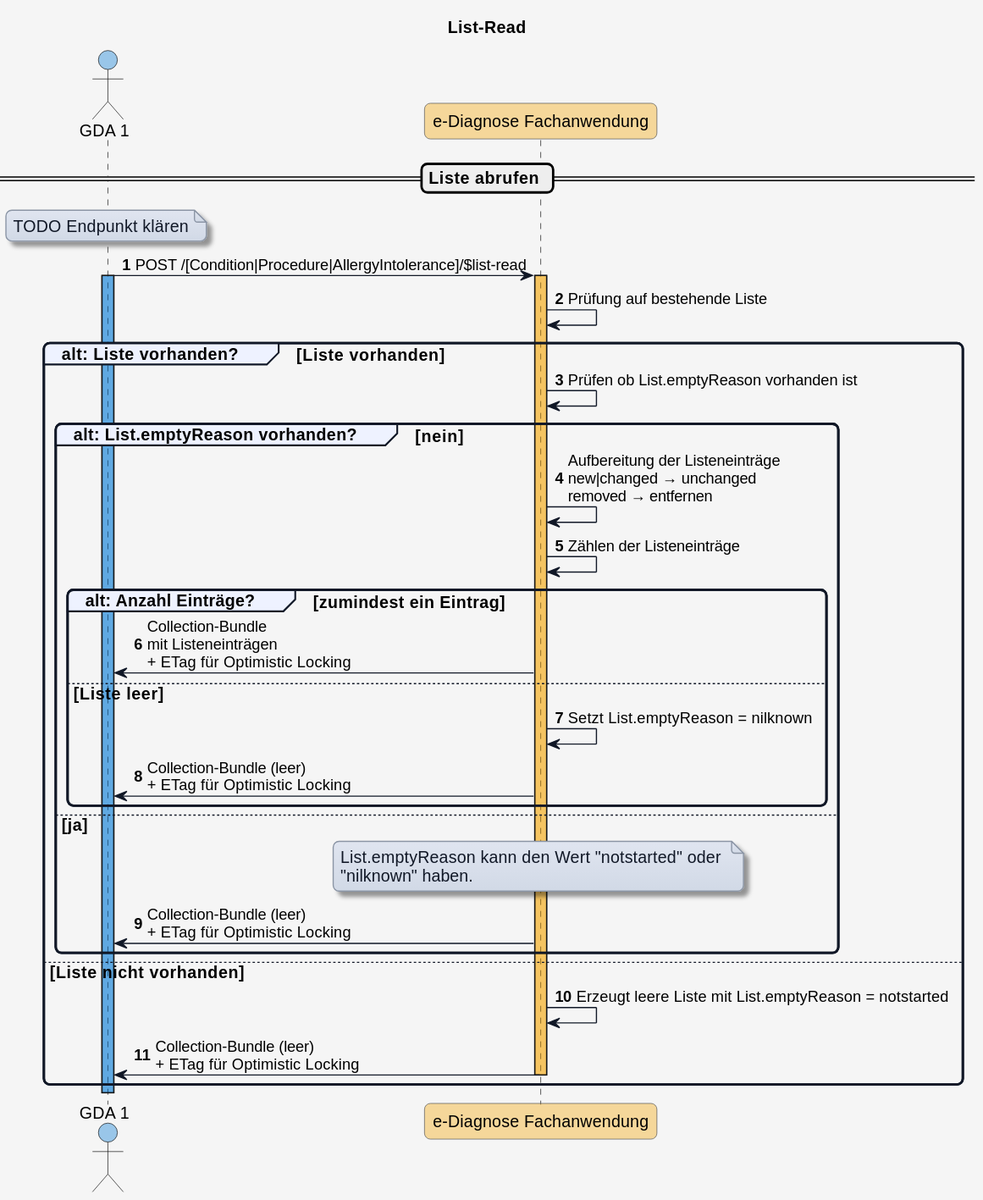
Above: input/images/plantuml/diagram_read.svg in HL7Austria/ELGA-e-Diagnose-R4 (PlantUML), before the change. Its diagram source:
```plantuml
@startuml
title List-Read

skinparam borderColor #000000
skinparam backgroundColor #f5f5f5
skinparam shadowing false
skinparam roundCorner 10
skinparam defaultFontName "Arial"
skinparam defaultFontSize 14
skinparam defaultFontColor #000000

skinparam note {
  BackgroundColor #e0e5f0-#d1d9e6
  BorderColor #8b95a5
  BorderThickness 1
  RoundCorner 8
  Padding 6
  FontColor #111827
  Shadowing true
}

skinparam HyperlinkColor #0000EE
skinparam HyperlinkUnderline false

skinparam sequence {
  ParticipantBorderColor #555555
  ParticipantBackgroundColor #ffffff
  ParticipantFontColor #000000
  ParticipantFontSize 14
  ParticipantPadding 20
  ArrowColor #111827
  ArrowThickness 1
  ArrowFontColor #000000
  ArrowFontSize 13
  GroupBorderColor #111827
  GroupBackgroundColor #eef2ff
  GroupBorderThickness 2
}

!define COLOR_GDA_1    #0078D460
!define COLOR_GDA_2    #8764B860
!define COLOR_PATIENT  #00950560
!define COLOR_APO      #00B7C360
!define COLOR_DIAG_FA  #f5a40360
!define COLOR_E_REZEPT #E7485660

!define COLOR_OK       #50E6FF25
!define COLOR_ERROR    #FF8C0035

actor GDA_1 as "GDA 1" COLOR_GDA_1
participant eDiag_FA as "e-Diagnose Fachanwendung" COLOR_DIAG_FA

autonumber

== Liste abrufen ==

note over GDA_1
  TODO Endpunkt klären
end note

GDA_1 -> eDiag_FA: POST /[Condition|Procedure|AllergyIntolerance]/$list-read
activate GDA_1 COLOR_GDA_1
activate eDiag_FA COLOR_DIAG_FA

eDiag_FA -> eDiag_FA: Prüfung auf bestehende Liste

group alt: Liste vorhanden? [Liste vorhanden]

  eDiag_FA -> eDiag_FA: Prüfen ob List.emptyReason vorhanden ist

  group alt: List.emptyReason vorhanden? [nein]

    eDiag_FA -> eDiag_FA: Aufbereitung der Listeneinträge\nnew|changed → unchanged\nremoved → entfernen
    eDiag_FA -> eDiag_FA: Zählen der Listeneinträge

    group alt: Anzahl Einträge? [zumindest ein Eintrag]

      eDiag_FA -> GDA_1: Collection-Bundle\nmit Listeneinträgen\n+ ETag für Optimistic Locking

    else Liste leer

      eDiag_FA -> eDiag_FA: Setzt List.emptyReason = nilknown
      eDiag_FA -> GDA_1: Collection-Bundle (leer)\n+ ETag für Optimistic Locking

    end

  else ja

    note over eDiag_FA
      List.emptyReason kann den Wert "notstarted" oder
      "nilknown" haben.
    end note
    eDiag_FA -> GDA_1: Collection-Bundle (leer)\n+ ETag für Optimistic Locking

  end
else Liste nicht vorhanden

  eDiag_FA -> eDiag_FA: Erzeugt leere Liste mit List.emptyReason = notstarted
  eDiag_FA -> GDA_1: Collection-Bundle (leer)\n+ ETag für Optimistic Locking
  deactivate eDiag_FA

end

deactivate GDA_1
@enduml
```
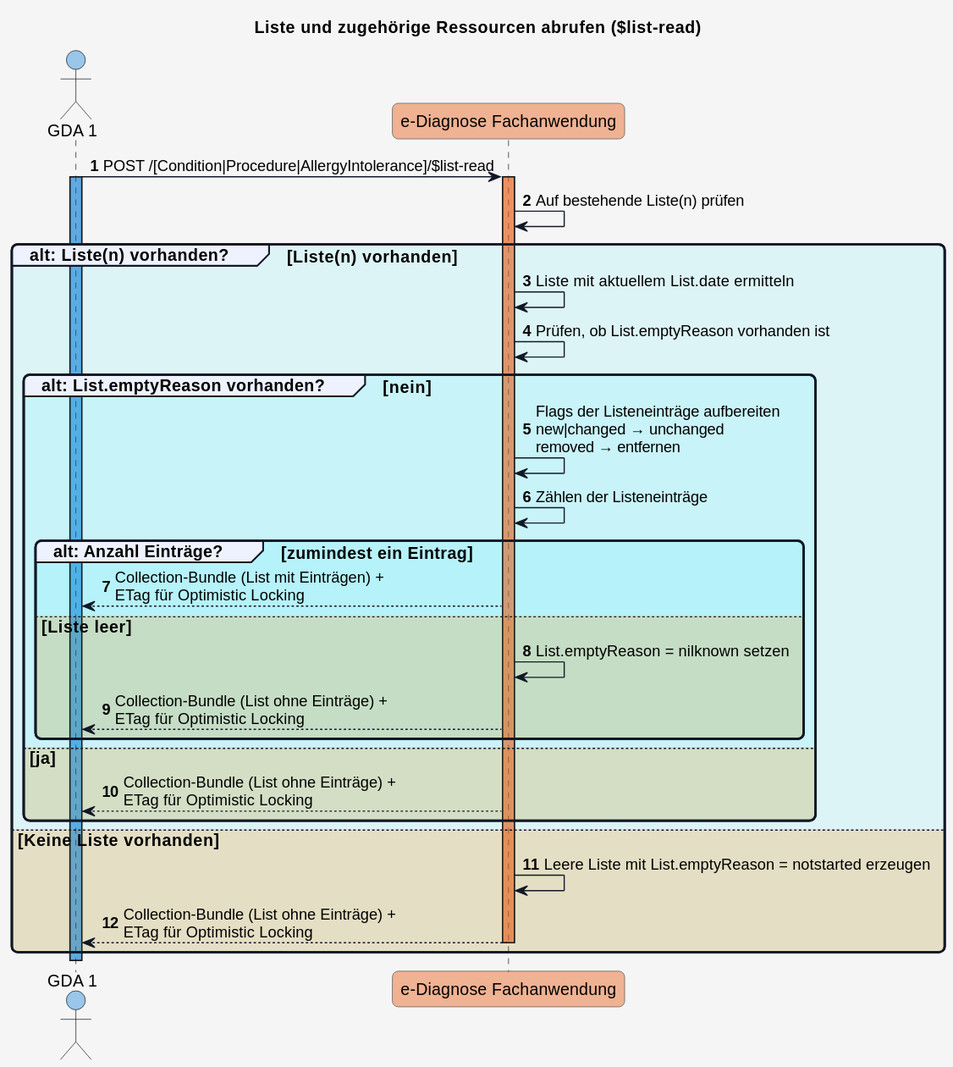
After the change.

Commit message:
Update basic list interaction diagrams

The edit, as a diff of the source:
```diff
@@ -1,5 +1,5 @@
 @startuml
-title List-Read
+title Liste und zugehörige Ressourcen abrufen ($list-read)
 
 skinparam borderColor #000000
 skinparam backgroundColor #f5f5f5
@@ -41,7 +41,7 @@
 !define COLOR_GDA_2    #8764B860
 !define COLOR_PATIENT  #00950560
 !define COLOR_APO      #00B7C360
-!define COLOR_DIAG_FA  #f5a40360
+!define COLOR_DIAG_FA  #E9713280
 !define COLOR_E_REZEPT #E7485660
 
 !define COLOR_OK       #50E6FF25
@@ -52,51 +52,43 @@
 
 autonumber
 
-== Liste abrufen ==
-
-note over GDA_1
-  TODO Endpunkt klären
-end note
-
 GDA_1 -> eDiag_FA: POST /[Condition|Procedure|AllergyIntolerance]/$list-read
 activate GDA_1 COLOR_GDA_1
 activate eDiag_FA COLOR_DIAG_FA
 
-eDiag_FA -> eDiag_FA: Prüfung auf bestehende Liste
+eDiag_FA -> eDiag_FA: Auf bestehende Liste(n) prüfen
 
-group alt: Liste vorhanden? [Liste vorhanden]
+group COLOR_OK alt: Liste(n) vorhanden? [Liste(n) vorhanden]
 
-  eDiag_FA -> eDiag_FA: Prüfen ob List.emptyReason vorhanden ist
+  eDiag_FA -> eDiag_FA: Liste mit aktuellem List.date ermitteln
 
-  group alt: List.emptyReason vorhanden? [nein]
+  eDiag_FA -> eDiag_FA: Prüfen, ob List.emptyReason vorhanden ist
 
-    eDiag_FA -> eDiag_FA: Aufbereitung der Listeneinträge\nnew|changed → unchanged\nremoved → entfernen
+  group COLOR_OK alt: List.emptyReason vorhanden? [nein]
+
+    eDiag_FA -> eDiag_FA: Flags der Listeneinträge aufbereiten\nnew|changed → unchanged\nremoved → entfernen
     eDiag_FA -> eDiag_FA: Zählen der Listeneinträge
 
-    group alt: Anzahl Einträge? [zumindest ein Eintrag]
+    group COLOR_OK alt: Anzahl Einträge? [zumindest ein Eintrag]
 
-      eDiag_FA -> GDA_1: Collection-Bundle\nmit Listeneinträgen\n+ ETag für Optimistic Locking
+      eDiag_FA --> GDA_1: Collection-Bundle (List mit Einträgen) +\nETag für Optimistic Locking
 
-    else Liste leer
+    else COLOR_ERROR Liste leer
 
-      eDiag_FA -> eDiag_FA: Setzt List.emptyReason = nilknown
-      eDiag_FA -> GDA_1: Collection-Bundle (leer)\n+ ETag für Optimistic Locking
+      eDiag_FA -> eDiag_FA: List.emptyReason = nilknown setzen
+      eDiag_FA --> GDA_1: Collection-Bundle (List ohne Einträge) +\nETag für Optimistic Locking
 
     end
 
-  else ja
+  else COLOR_ERROR ja
 
-    note over eDiag_FA
-      List.emptyReason kann den Wert "notstarted" oder
-      "nilknown" haben.
-    end note
-    eDiag_FA -> GDA_1: Collection-Bundle (leer)\n+ ETag für Optimistic Locking
+    eDiag_FA --> GDA_1: Collection-Bundle (List ohne Einträge) +\nETag für Optimistic Locking
 
   end
-else Liste nicht vorhanden
+else COLOR_ERROR Keine Liste vorhanden
 
-  eDiag_FA -> eDiag_FA: Erzeugt leere Liste mit List.emptyReason = notstarted
-  eDiag_FA -> GDA_1: Collection-Bundle (leer)\n+ ETag für Optimistic Locking
+  eDiag_FA -> eDiag_FA: Leere Liste mit List.emptyReason = notstarted erzeugen
+  eDiag_FA --> GDA_1: Collection-Bundle (List ohne Einträge) +\nETag für Optimistic Locking
   deactivate eDiag_FA
 
 end
```
